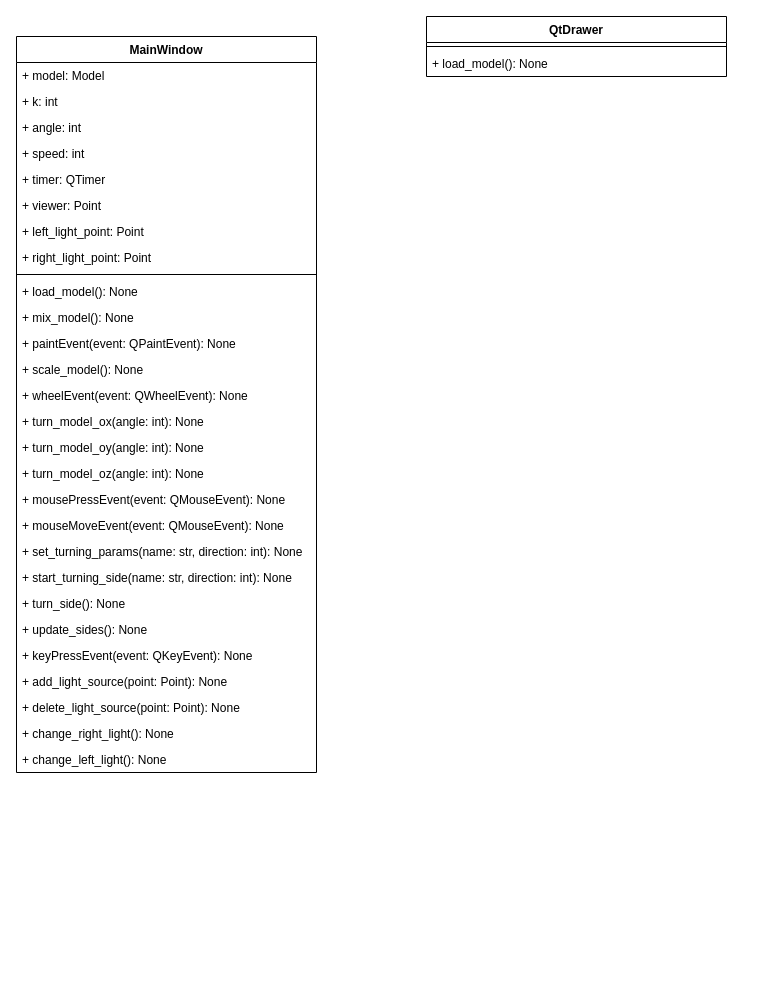
ilyasssklimov/bmstu_CourseProjectCG keeps this draw.io diagram as inc/course_project.drawio. Above is the earlier version. Source tidied: cells renumbered, new cells numbered last; positions are measured from the earlier drawing's top-left corner, leaving out a move shared by most shapes. Both pictures are drawn from the tidied source at 100%, with x=0, y=0 at pixel (16, 16).
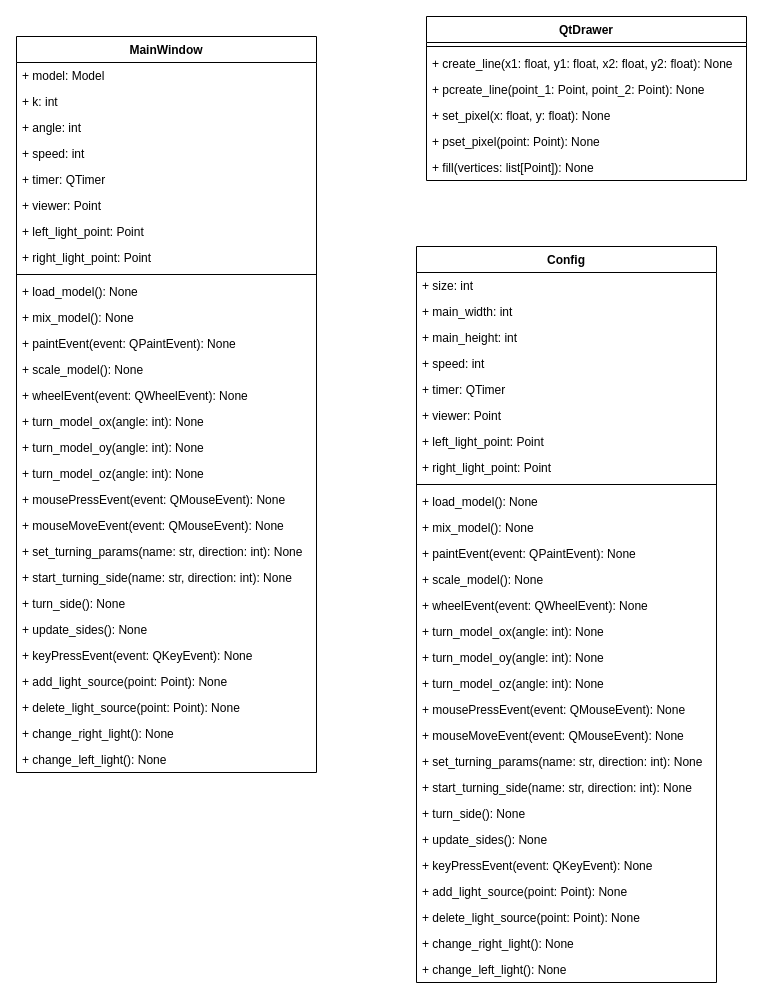
After the change.

Commit message:
add qtdrawer class

Diff of the diagram source:
```diff
@@
     <mxCell id="31" value="QtDrawer" style="swimlane;fontStyle=1;align=center;verticalAlign=top;horizontal=1;startSize=26;" parent="1" vertex="1">
-      <mxGeometry x="410" width="300" height="60" as="geometry" />
+      <mxGeometry x="410" width="320" height="164" as="geometry" />
     </mxCell>
     <mxCell id="32" style="line;strokeWidth=1;fillColor=none;align=left;verticalAlign=middle;spacingTop=-1;spacingLeft=3;spacingRight=3;labelPosition=right;" parent="31" vertex="1">
-      <mxGeometry y="26" width="300" height="8" as="geometry" />
+      <mxGeometry y="26" width="320" height="8" as="geometry" />
     </mxCell>
-    <mxCell id="33" value="+ load_model(): None " style="text;strokeColor=none;fillColor=none;align=left;verticalAlign=top;spacingLeft=4;spacingRight=4;overflow=hidden;" parent="31" vertex="1">
-      <mxGeometry y="34" width="300" height="26" as="geometry" />
+    <mxCell id="33" value="+ create_line(x1: float, y1: float, x2: float, y2: float): None" style="text;strokeColor=none;fillColor=none;align=left;verticalAlign=top;spacingLeft=4;spacingRight=4;overflow=hidden;" parent="31" vertex="1">
+      <mxGeometry y="34" width="320" height="26" as="geometry" />
     </mxCell>
+    <mxCell id="34" value="+ pcreate_line(point_1: Point, point_2: Point): None" style="text;strokeColor=none;fillColor=none;align=left;verticalAlign=top;spacingLeft=4;spacingRight=4;overflow=hidden;" parent="31" vertex="1">
+      <mxGeometry y="60" width="320" height="26" as="geometry" />
+    </mxCell>
+    <mxCell id="35" value="+ set_pixel(x: float, y: float): None" style="text;strokeColor=none;fillColor=none;align=left;verticalAlign=top;spacingLeft=4;spacingRight=4;overflow=hidden;" parent="31" vertex="1">
+      <mxGeometry y="86" width="320" height="26" as="geometry" />
+    </mxCell>
+    <mxCell id="36" value="+ pset_pixel(point: Point): None" style="text;strokeColor=none;fillColor=none;align=left;verticalAlign=top;spacingLeft=4;spacingRight=4;overflow=hidden;" parent="31" vertex="1">
+      <mxGeometry y="112" width="320" height="26" as="geometry" />
+    </mxCell>
+    <mxCell id="37" value="+ fill(vertices: list[Point]): None" style="text;strokeColor=none;fillColor=none;align=left;verticalAlign=top;spacingLeft=4;spacingRight=4;overflow=hidden;" parent="31" vertex="1">
+      <mxGeometry y="138" width="320" height="26" as="geometry" />
+    </mxCell>
+    <mxCell id="38" value="Config" style="swimlane;fontStyle=1;align=center;verticalAlign=top;horizontal=1;startSize=26;" parent="1" vertex="1">
+      <mxGeometry x="400" y="230" width="300" height="736" as="geometry" />
+    </mxCell>
+    <mxCell id="39" value="+ size: int" style="text;strokeColor=none;fillColor=none;align=left;verticalAlign=top;spacingLeft=4;spacingRight=4;overflow=hidden;" parent="38" vertex="1">
+      <mxGeometry y="26" width="300" height="26" as="geometry" />
+    </mxCell>
+    <mxCell id="40" value="+ main_width: int" style="text;strokeColor=none;fillColor=none;align=left;verticalAlign=top;spacingLeft=4;spacingRight=4;overflow=hidden;" parent="38" vertex="1">
+      <mxGeometry y="52" width="300" height="26" as="geometry" />
+    </mxCell>
+    <mxCell id="41" value="+ main_height: int" style="text;strokeColor=none;fillColor=none;align=left;verticalAlign=top;spacingLeft=4;spacingRight=4;overflow=hidden;" parent="38" vertex="1">
+      <mxGeometry y="78" width="300" height="26" as="geometry" />
+    </mxCell>
+    <mxCell id="42" value="+ speed: int" style="text;strokeColor=none;fillColor=none;align=left;verticalAlign=top;spacingLeft=4;spacingRight=4;overflow=hidden;" parent="38" vertex="1">
+      <mxGeometry y="104" width="300" height="26" as="geometry" />
+    </mxCell>
+    <mxCell id="43" value="+ timer: QTimer" style="text;strokeColor=none;fillColor=none;align=left;verticalAlign=top;spacingLeft=4;spacingRight=4;overflow=hidden;" parent="38" vertex="1">
+      <mxGeometry y="130" width="300" height="26" as="geometry" />
+    </mxCell>
+    <mxCell id="44" value="+ viewer: Point" style="text;strokeColor=none;fillColor=none;align=left;verticalAlign=top;spacingLeft=4;spacingRight=4;overflow=hidden;" parent="38" vertex="1">
+      <mxGeometry y="156" width="300" height="26" as="geometry" />
+    </mxCell>
+    <mxCell id="45" value="+ left_light_point: Point" style="text;strokeColor=none;fillColor=none;align=left;verticalAlign=top;spacingLeft=4;spacingRight=4;overflow=hidden;" parent="38" vertex="1">
+      <mxGeometry y="182" width="300" height="26" as="geometry" />
+    </mxCell>
+    <mxCell id="46" value="+ right_light_point: Point" style="text;strokeColor=none;fillColor=none;align=left;verticalAlign=top;spacingLeft=4;spacingRight=4;overflow=hidden;" parent="38" vertex="1">
+      <mxGeometry y="208" width="300" height="26" as="geometry" />
+    </mxCell>
+    <mxCell id="47" style="line;strokeWidth=1;fillColor=none;align=left;verticalAlign=middle;spacingTop=-1;spacingLeft=3;spacingRight=3;labelPosition=right;" parent="38" vertex="1">
+      <mxGeometry y="234" width="300" height="8" as="geometry" />
+    </mxCell>
+    <mxCell id="48" value="+ load_model(): None " style="text;strokeColor=none;fillColor=none;align=left;verticalAlign=top;spacingLeft=4;spacingRight=4;overflow=hidden;" parent="38" vertex="1">
+      <mxGeometry y="242" width="300" height="26" as="geometry" />
+    </mxCell>
+    <mxCell id="49" value="+ mix_model(): None " style="text;strokeColor=none;fillColor=none;align=left;verticalAlign=top;spacingLeft=4;spacingRight=4;overflow=hidden;" parent="38" vertex="1">
+      <mxGeometry y="268" width="300" height="26" as="geometry" />
+    </mxCell>
+    <mxCell id="50" value="+ paintEvent(event: QPaintEvent): None " style="text;strokeColor=none;fillColor=none;align=left;verticalAlign=top;spacingLeft=4;spacingRight=4;overflow=hidden;" parent="38" vertex="1">
+      <mxGeometry y="294" width="300" height="26" as="geometry" />
+    </mxCell>
+    <mxCell id="51" value="+ scale_model(): None " style="text;strokeColor=none;fillColor=none;align=left;verticalAlign=top;spacingLeft=4;spacingRight=4;overflow=hidden;" parent="38" vertex="1">
+      <mxGeometry y="320" width="300" height="26" as="geometry" />
+    </mxCell>
+    <mxCell id="52" value="+ wheelEvent(event: QWheelEvent): None " style="text;strokeColor=none;fillColor=none;align=left;verticalAlign=top;spacingLeft=4;spacingRight=4;overflow=hidden;" parent="38" vertex="1">
+      <mxGeometry y="346" width="300" height="26" as="geometry" />
+    </mxCell>
+    <mxCell id="53" value="+ turn_model_ox(angle: int): None " style="text;strokeColor=none;fillColor=none;align=left;verticalAlign=top;spacingLeft=4;spacingRight=4;overflow=hidden;" parent="38" vertex="1">
+      <mxGeometry y="372" width="300" height="26" as="geometry" />
+    </mxCell>
+    <mxCell id="54" value="+ turn_model_oy(angle: int): None " style="text;strokeColor=none;fillColor=none;align=left;verticalAlign=top;spacingLeft=4;spacingRight=4;overflow=hidden;" parent="38" vertex="1">
+      <mxGeometry y="398" width="300" height="26" as="geometry" />
+    </mxCell>
+    <mxCell id="55" value="+ turn_model_oz(angle: int): None " style="text;strokeColor=none;fillColor=none;align=left;verticalAlign=top;spacingLeft=4;spacingRight=4;overflow=hidden;" parent="38" vertex="1">
+      <mxGeometry y="424" width="300" height="26" as="geometry" />
+    </mxCell>
+    <mxCell id="56" value="+ mousePressEvent(event: QMouseEvent): None " style="text;strokeColor=none;fillColor=none;align=left;verticalAlign=top;spacingLeft=4;spacingRight=4;overflow=hidden;" parent="38" vertex="1">
+      <mxGeometry y="450" width="300" height="26" as="geometry" />
+    </mxCell>
+    <mxCell id="57" value="+ mouseMoveEvent(event: QMouseEvent): None " style="text;strokeColor=none;fillColor=none;align=left;verticalAlign=top;spacingLeft=4;spacingRight=4;overflow=hidden;" parent="38" vertex="1">
+      <mxGeometry y="476" width="300" height="26" as="geometry" />
+    </mxCell>
+    <mxCell id="58" value="+ set_turning_params(name: str, direction: int): None " style="text;strokeColor=none;fillColor=none;align=left;verticalAlign=top;spacingLeft=4;spacingRight=4;overflow=hidden;" parent="38" vertex="1">
+      <mxGeometry y="502" width="300" height="26" as="geometry" />
+    </mxCell>
+    <mxCell id="59" value="+ start_turning_side(name: str, direction: int): None " style="text;strokeColor=none;fillColor=none;align=left;verticalAlign=top;spacingLeft=4;spacingRight=4;overflow=hidden;" parent="38" vertex="1">
+      <mxGeometry y="528" width="300" height="26" as="geometry" />
+    </mxCell>
+    <mxCell id="60" value="+ turn_side(): None " style="text;strokeColor=none;fillColor=none;align=left;verticalAlign=top;spacingLeft=4;spacingRight=4;overflow=hidden;" parent="38" vertex="1">
+      <mxGeometry y="554" width="300" height="26" as="geometry" />
+    </mxCell>
+    <mxCell id="61" value="+ update_sides(): None " style="text;strokeColor=none;fillColor=none;align=left;verticalAlign=top;spacingLeft=4;spacingRight=4;overflow=hidden;" parent="38" vertex="1">
+      <mxGeometry y="580" width="300" height="26" as="geometry" />
+    </mxCell>
+    <mxCell id="62" value="+ keyPressEvent(event: QKeyEvent): None " style="text;strokeColor=none;fillColor=none;align=left;verticalAlign=top;spacingLeft=4;spacingRight=4;overflow=hidden;" parent="38" vertex="1">
+      <mxGeometry y="606" width="300" height="26" as="geometry" />
+    </mxCell>
+    <mxCell id="63" value="+ add_light_source(point: Point): None " style="text;strokeColor=none;fillColor=none;align=left;verticalAlign=top;spacingLeft=4;spacingRight=4;overflow=hidden;" parent="38" vertex="1">
+      <mxGeometry y="632" width="300" height="26" as="geometry" />
+    </mxCell>
+    <mxCell id="64" value="+ delete_light_source(point: Point): None " style="text;strokeColor=none;fillColor=none;align=left;verticalAlign=top;spacingLeft=4;spacingRight=4;overflow=hidden;" parent="38" vertex="1">
+      <mxGeometry y="658" width="300" height="26" as="geometry" />
+    </mxCell>
+    <mxCell id="65" value="+ change_right_light(): None " style="text;strokeColor=none;fillColor=none;align=left;verticalAlign=top;spacingLeft=4;spacingRight=4;overflow=hidden;" parent="38" vertex="1">
+      <mxGeometry y="684" width="300" height="26" as="geometry" />
+    </mxCell>
+    <mxCell id="66" value="+ change_left_light(): None " style="text;strokeColor=none;fillColor=none;align=left;verticalAlign=top;spacingLeft=4;spacingRight=4;overflow=hidden;" parent="38" vertex="1">
+      <mxGeometry y="710" width="300" height="26" as="geometry" />
+    </mxCell>
```
